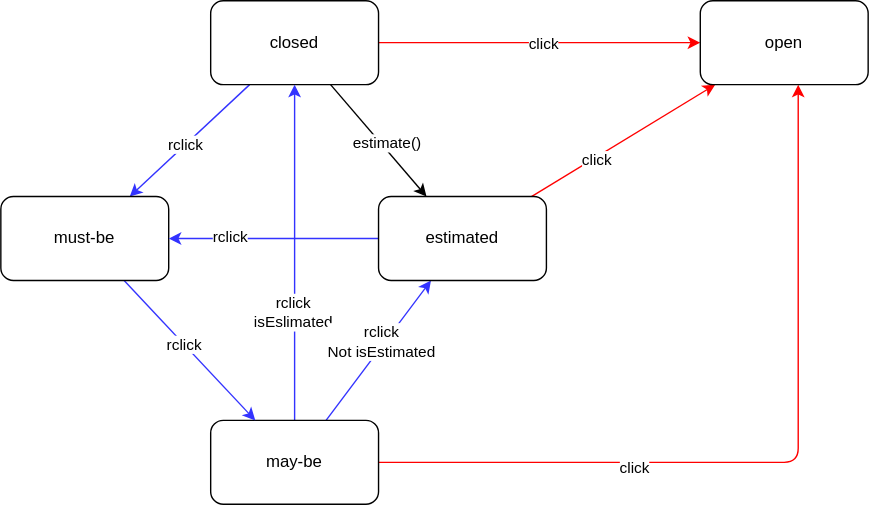
kazumatu981/minesweeper keeps this draw.io diagram as app/parts/mine.memo.drawio.svg. Above is the earlier version. Source tidied: cells renumbered, new cells last; positions are measured from the earlier drawing's top-left corner, leaving out a move shared by most shapes. The source it was exported from:
```xml
<mxGraphModel background="#ffffff">
  <root>
    <mxCell id="0" />
    <mxCell id="1" parent="0" />
    <mxCell id="2" style="edgeStyle=none;html=1;strokeColor=#3333FF;" parent="1" edge="1" source="8" target="18">
      <mxGeometry relative="1" as="geometry" />
    </mxCell>
    <mxCell id="3" value="rclick" style="edgeLabel;html=1;align=center;verticalAlign=middle;" parent="2" vertex="1">
      <mxGeometry x="0.07" relative="1" as="geometry" />
    </mxCell>
    <mxCell id="4" style="edgeStyle=none;html=1;" parent="1" edge="1" source="8" target="23">
      <mxGeometry relative="1" as="geometry" />
    </mxCell>
    <mxCell id="5" value="estimate()" style="edgeLabel;html=1;align=center;verticalAlign=middle;" parent="4" vertex="1">
      <mxGeometry x="0.09" y="3" relative="1" as="geometry" />
    </mxCell>
    <mxCell id="6" style="edgeStyle=none;html=1;strokeColor=#FF0000;" parent="1" edge="1" source="8" target="24">
      <mxGeometry relative="1" as="geometry" />
    </mxCell>
    <mxCell id="7" value="click" style="edgeLabel;html=1;align=center;verticalAlign=middle;" parent="6" vertex="1">
      <mxGeometry x="0.02" relative="1" as="geometry" />
    </mxCell>
    <mxCell id="8" value="closed" style="rounded=1;whiteSpace=wrap;html=1;" parent="1" vertex="1">
      <mxGeometry x="150" width="120" height="60" as="geometry" />
    </mxCell>
    <mxCell id="9" style="edgeStyle=none;html=1;strokeColor=#3333FF;" parent="1" edge="1" source="15" target="8">
      <mxGeometry relative="1" as="geometry" />
    </mxCell>
    <mxCell id="10" value="&lt;div&gt;rclick&lt;br&gt;isEslimated&lt;/div&gt;" style="edgeLabel;html=1;align=center;verticalAlign=middle;" parent="9" vertex="1">
      <mxGeometry x="-0.35" y="2" relative="1" as="geometry" />
    </mxCell>
    <mxCell id="11" style="edgeStyle=none;html=1;strokeColor=#3333FF;" parent="1" edge="1" source="15" target="23">
      <mxGeometry relative="1" as="geometry" />
    </mxCell>
    <mxCell id="12" value="&lt;div&gt;rclick&lt;/div&gt;Not isEstimated" style="edgeLabel;html=1;align=center;verticalAlign=middle;" parent="11" vertex="1">
      <mxGeometry x="0.11" y="3" relative="1" as="geometry" />
    </mxCell>
    <mxCell id="13" style="edgeStyle=elbowEdgeStyle;html=1;strokeColor=#FF0000;" parent="1" edge="1" source="15" target="24">
      <mxGeometry relative="1" as="geometry">
        <Array as="points">
          <mxPoint x="570" y="210" />
        </Array>
      </mxGeometry>
    </mxCell>
    <mxCell id="14" value="click" style="edgeLabel;html=1;align=center;verticalAlign=middle;" parent="13" vertex="1">
      <mxGeometry x="-0.36" y="-3" relative="1" as="geometry" />
    </mxCell>
    <mxCell id="15" value="may-be" style="rounded=1;whiteSpace=wrap;html=1;" parent="1" vertex="1">
      <mxGeometry x="150" y="300" width="120" height="60" as="geometry" />
    </mxCell>
    <mxCell id="16" style="html=1;elbow=vertical;strokeColor=#3333FF;" parent="1" edge="1" source="18" target="15">
      <mxGeometry relative="1" as="geometry" />
    </mxCell>
    <mxCell id="17" value="rclick" style="edgeLabel;html=1;align=center;verticalAlign=middle;" parent="16" vertex="1">
      <mxGeometry x="-0.1" relative="1" as="geometry" />
    </mxCell>
    <mxCell id="18" value="must-be" style="rounded=1;whiteSpace=wrap;html=1;" parent="1" vertex="1">
      <mxGeometry y="140" width="120" height="60" as="geometry" />
    </mxCell>
    <mxCell id="19" style="edgeStyle=none;html=1;strokeColor=#3333FF;" parent="1" edge="1" source="23" target="18">
      <mxGeometry relative="1" as="geometry" />
    </mxCell>
    <mxCell id="20" value="rclick" style="edgeLabel;html=1;align=center;verticalAlign=middle;" parent="19" vertex="1">
      <mxGeometry x="0.42" y="-2" relative="1" as="geometry" />
    </mxCell>
    <mxCell id="21" style="edgeStyle=none;html=1;strokeColor=#FF0000;" parent="1" edge="1" source="23" target="24">
      <mxGeometry relative="1" as="geometry" />
    </mxCell>
    <mxCell id="22" value="click" style="edgeLabel;html=1;align=center;verticalAlign=middle;" parent="21" vertex="1">
      <mxGeometry x="-0.31" y="-1" relative="1" as="geometry" />
    </mxCell>
    <mxCell id="23" value="estimated" style="rounded=1;whiteSpace=wrap;html=1;" parent="1" vertex="1">
      <mxGeometry x="270" y="140" width="120" height="60" as="geometry" />
    </mxCell>
    <mxCell id="24" value="open" style="rounded=1;whiteSpace=wrap;html=1;" parent="1" vertex="1">
      <mxGeometry x="500" width="120" height="60" as="geometry" />
    </mxCell>
  </root>
</mxGraphModel>
```
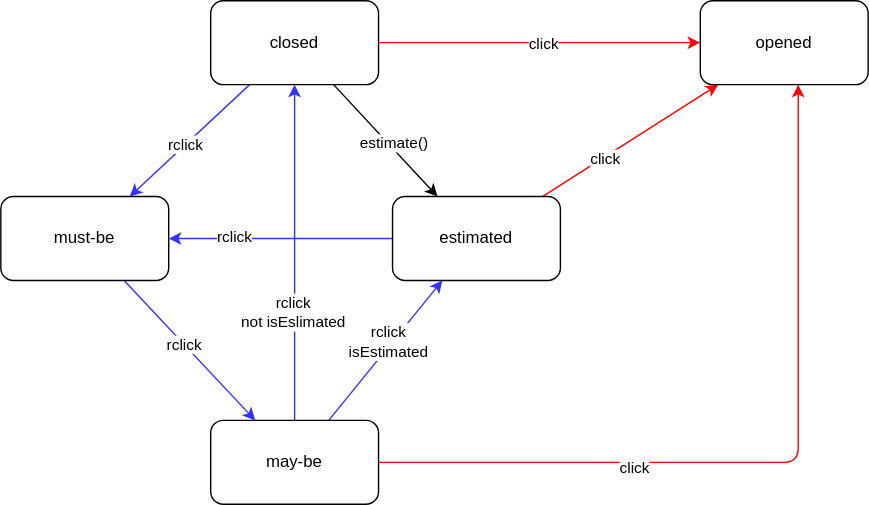
Above is the later version.

Commit message:
just backup.

What changed in the source:
```diff
@@ -26,13 +26,13 @@
     <mxCell id="9" style="edgeStyle=none;html=1;strokeColor=#3333FF;" parent="1" edge="1" source="15" target="8">
       <mxGeometry relative="1" as="geometry" />
     </mxCell>
-    <mxCell id="10" value="&lt;div&gt;rclick&lt;br&gt;isEslimated&lt;/div&gt;" style="edgeLabel;html=1;align=center;verticalAlign=middle;" parent="9" vertex="1">
+    <mxCell id="10" value="&lt;div&gt;rclick&lt;br&gt;not isEslimated&lt;/div&gt;" style="edgeLabel;html=1;align=center;verticalAlign=middle;" parent="9" vertex="1">
       <mxGeometry x="-0.35" y="2" relative="1" as="geometry" />
     </mxCell>
     <mxCell id="11" style="edgeStyle=none;html=1;strokeColor=#3333FF;" parent="1" edge="1" source="15" target="23">
       <mxGeometry relative="1" as="geometry" />
     </mxCell>
-    <mxCell id="12" value="&lt;div&gt;rclick&lt;/div&gt;Not isEstimated" style="edgeLabel;html=1;align=center;verticalAlign=middle;" parent="11" vertex="1">
+    <mxCell id="12" value="&lt;div&gt;rclick&lt;/div&gt;isEstimated" style="edgeLabel;html=1;align=center;verticalAlign=middle;" parent="11" vertex="1">
       <mxGeometry x="0.11" y="3" relative="1" as="geometry" />
     </mxCell>
     <mxCell id="13" style="edgeStyle=elbowEdgeStyle;html=1;strokeColor=#FF0000;" parent="1" edge="1" source="15" target="24">
@@ -70,9 +70,9 @@
       <mxGeometry x="-0.31" y="-1" relative="1" as="geometry" />
     </mxCell>
     <mxCell id="23" value="estimated" style="rounded=1;whiteSpace=wrap;html=1;" parent="1" vertex="1">
-      <mxGeometry x="270" y="140" width="120" height="60" as="geometry" />
+      <mxGeometry x="280" y="140" width="120" height="60" as="geometry" />
     </mxCell>
-    <mxCell id="24" value="open" style="rounded=1;whiteSpace=wrap;html=1;" parent="1" vertex="1">
+    <mxCell id="24" value="opened" style="rounded=1;whiteSpace=wrap;html=1;" parent="1" vertex="1">
       <mxGeometry x="500" width="120" height="60" as="geometry" />
     </mxCell>
   </root>
```
